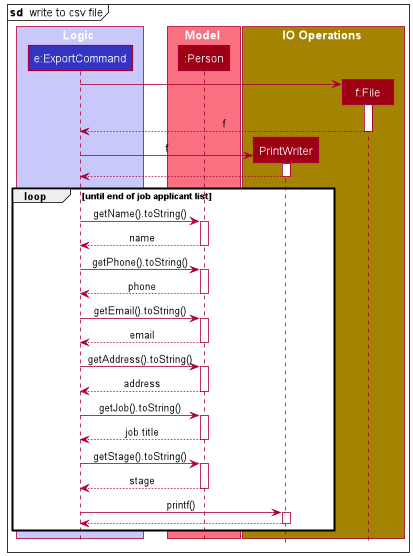
The PlantUML diagram docs/images/WriteToFileSequenceDiagram.png in rcjj98/tp, before a commit.
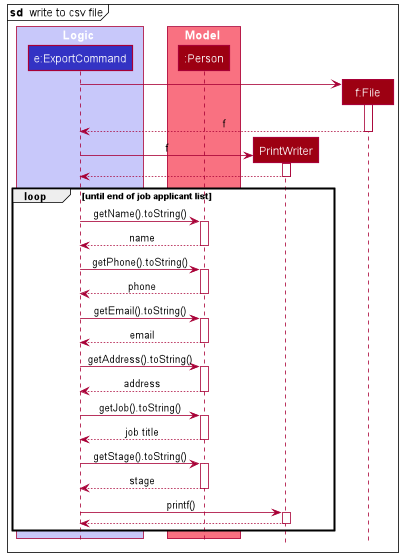
After the commit.

Change to the diagram source:
```diff
@@ -11,10 +11,8 @@
 participant ":Person" as Person MODEL_COLOR
 end box
 
-box IO Operations STORAGE_COLOR
 participant "PrintWriter" as PrintWriter MODEL_COLOR
 participant "f:File" as File MODEL_COLOR
-end box
 
 
 create File
```
